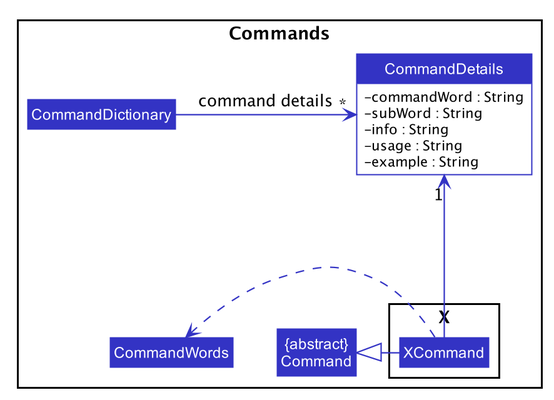
Above: docs/images/CommandsPackageDiagram2.png in nus-cs2103-AY1920S2/addressbook-level3 (PlantUML), before the change. Source of this version:
```plantuml
@startuml








skinparam BackgroundColor #FFFFFFF

skinparam Shadowing false

skinparam Class {
    FontColor #FFFFFF
    BorderThickness 1
    BorderColor #FFFFFF
    StereotypeFontColor #FFFFFF
    FontName Arial
}

skinparam Actor {
    BorderColor #000000
    Color #000000
    FontName Arial
}

skinparam Sequence {
    MessageAlign center
    BoxFontSize 15
    BoxPadding 0
    BoxFontColor #FFFFFF
    FontName Arial
}

skinparam Participant {
    FontColor #FFFFFFF
    Padding 20
}

skinparam MinClassWidth 50
skinparam ParticipantPadding 10
skinparam Shadowing false
skinparam DefaultTextAlignment center
skinparam packageStyle Rectangle

hide footbox
hide members
hide circle
skinparam arrowThickness 1.1
skinparam arrowColor #3333C4
skinparam classBackgroundColor WHITE
skinparam classHeaderBackgroundColor #3333C4
skinparam classBorderColor #3333C4
skinparam classAttributeIconSize 0

Package Commands <<Rectangle>>{
Class CommandDictionary

skinparam CommandDetails {
    FontColor #ABCDEF
    BorderThickness 1
    BorderColor #FFFFFF
    StereotypeFontColor #FFFFFF
    FontName Arial
}

Class CommandDetails {
    - commandWord : String
    - subWord : String
    - info : String
    - usage : String
    - example : String
}

show CommandDetails members
hide CommandDetails methods

Package X {
    Class XCommand
}

Class CommandWords


CommandDictionary -right-> "*" CommandDetails : command details
XCommand -up-> "1" CommandDetails

Class "{abstract}\nCommand" as Command
XCommand -left-|> Command
XCommand .right.> CommandWords
@enduml
```
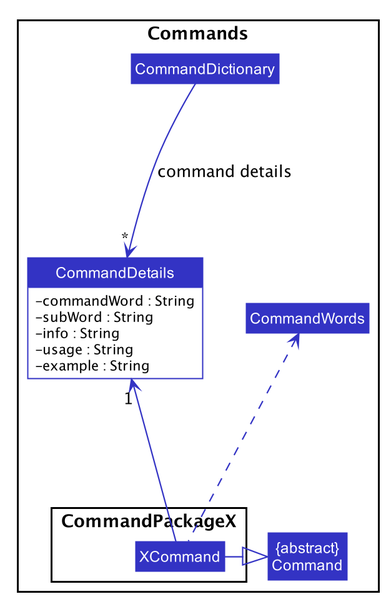
After the change.

Diff of the diagram source:
```diff
@@ -57,14 +57,6 @@
 Package Commands <<Rectangle>>{
 Class CommandDictionary
 
-skinparam CommandDetails {
-    FontColor #ABCDEF
-    BorderThickness 1
-    BorderColor #FFFFFF
-    StereotypeFontColor #FFFFFF
-    FontName Arial
-}
-
 Class CommandDetails {
     - commandWord : String
     - subWord : String
@@ -76,7 +68,7 @@
 show CommandDetails members
 hide CommandDetails methods
 
-Package X {
+Package CommandPackageX {
     Class XCommand
 }
 
@@ -88,5 +80,8 @@
 
 Class "{abstract}\nCommand" as Command
 XCommand -left-|> Command
-XCommand .right.> CommandWords
+XCommand .up.> CommandWords
+
+CommandDictionary -down[hidden]-> CommandWords
+Command -up[hidden]-> CommandWords
 @enduml
```
